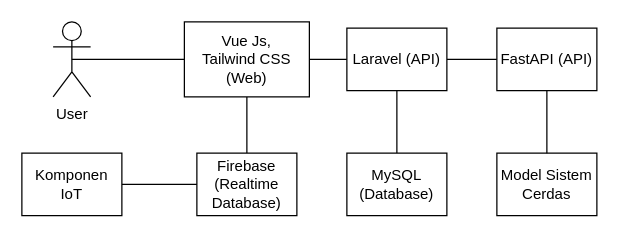
Earlier version of the draw.io diagram docs/antarmuka.drawio (codebaradev/Simlab). Source tidied: cells renumbered, new cells numbered last; positions are measured from the earlier drawing's top-left corner, leaving out a move shared by most shapes. Both pictures are drawn from the tidied source at 125%, with x=0, y=0 at pixel (21, 21).
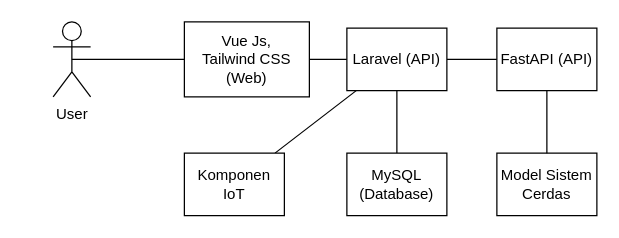
Above is the later version.

Diff of the diagram source:
```diff
@@
 <mxGraphModel>
   <root>
     <mxCell id="0" />
     <mxCell id="1" parent="0" />
     <mxCell id="2" style="edgeStyle=none;html=1;exitX=0.5;exitY=0.5;exitDx=0;exitDy=0;exitPerimeter=0;entryX=0;entryY=0.5;entryDx=0;entryDy=0;endArrow=none;endFill=0;" parent="1" edge="1" source="3" target="6">
       <mxGeometry relative="1" as="geometry" />
     </mxCell>
     <mxCell id="3" value="User" style="shape=umlActor;verticalLabelPosition=bottom;verticalAlign=top;html=1;outlineConnect=0;" parent="1" vertex="1">
       <mxGeometry x="25" width="30" height="60" as="geometry" />
     </mxCell>
     <mxCell id="4" style="edgeStyle=none;html=1;exitX=1;exitY=0.5;exitDx=0;exitDy=0;entryX=0;entryY=0.5;entryDx=0;entryDy=0;endArrow=none;endFill=0;" parent="1" edge="1" source="6" target="9">
       <mxGeometry relative="1" as="geometry" />
     </mxCell>
-    <mxCell id="5" style="edgeStyle=none;html=1;exitX=0.5;exitY=1;exitDx=0;exitDy=0;endArrow=none;endFill=0;" parent="1" edge="1" source="6" target="11">
+    <mxCell id="5" style="edgeStyle=none;html=1;endArrow=none;endFill=0;" parent="1" edge="1" source="9" target="16">
       <mxGeometry relative="1" as="geometry" />
     </mxCell>
     <mxCell id="6" value="Vue Js, &lt;br&gt;Tailwind CSS (Web)" style="rounded=0;whiteSpace=wrap;html=1;" parent="1" vertex="1">
       <mxGeometry x="130" width="100" height="60" as="geometry" />
     </mxCell>
     <mxCell id="7" style="edgeStyle=none;html=1;exitX=0.5;exitY=1;exitDx=0;exitDy=0;entryX=0.5;entryY=0;entryDx=0;entryDy=0;endArrow=none;endFill=0;" parent="1" edge="1" source="9" target="10">
       <mxGeometry relative="1" as="geometry" />
     </mxCell>
     <mxCell id="8" style="edgeStyle=none;html=1;exitX=1;exitY=0.5;exitDx=0;exitDy=0;entryX=0;entryY=0.5;entryDx=0;entryDy=0;endArrow=none;endFill=0;" parent="1" edge="1" source="9" target="14">
       <mxGeometry relative="1" as="geometry" />
     </mxCell>
     <mxCell id="9" value="Laravel (API)" style="rounded=0;whiteSpace=wrap;html=1;" parent="1" vertex="1">
       <mxGeometry x="260" y="5" width="80" height="50" as="geometry" />
     </mxCell>
     <mxCell id="10" value="MySQL (Database)" style="rounded=0;whiteSpace=wrap;html=1;" parent="1" vertex="1">
       <mxGeometry x="260" y="105" width="80" height="50" as="geometry" />
     </mxCell>
-    <mxCell id="11" value="Firebase (Realtime Database)" style="rounded=0;whiteSpace=wrap;html=1;" parent="1" vertex="1">
-      <mxGeometry x="140" y="105" width="80" height="50" as="geometry" />
-    </mxCell>
     <mxCell id="12" value="Model Sistem Cerdas" style="rounded=0;whiteSpace=wrap;html=1;" parent="1" vertex="1">
       <mxGeometry x="380" y="105" width="80" height="50" as="geometry" />
     </mxCell>
     <mxCell id="13" style="edgeStyle=none;html=1;exitX=0.5;exitY=1;exitDx=0;exitDy=0;entryX=0.5;entryY=0;entryDx=0;entryDy=0;endArrow=none;endFill=0;" parent="1" edge="1" source="14" target="12">
       <mxGeometry relative="1" as="geometry" />
     </mxCell>
     <mxCell id="14" value="FastAPI (API)" style="rounded=0;whiteSpace=wrap;html=1;" parent="1" vertex="1">
       <mxGeometry x="380" y="5" width="80" height="50" as="geometry" />
     </mxCell>
-    <mxCell id="15" style="edgeStyle=none;html=1;exitX=1;exitY=0.5;exitDx=0;exitDy=0;entryX=0;entryY=0.5;entryDx=0;entryDy=0;endArrow=none;endFill=0;" parent="1" edge="1" source="16" target="11">
-      <mxGeometry relative="1" as="geometry" />
-    </mxCell>
     <mxCell id="16" value="Komponen IoT" style="rounded=0;whiteSpace=wrap;html=1;" parent="1" vertex="1">
-      <mxGeometry y="105" width="80" height="50" as="geometry" />
+      <mxGeometry x="130" y="105" width="80" height="50" as="geometry" />
     </mxCell>
   </root>
 </mxGraphModel>
```
